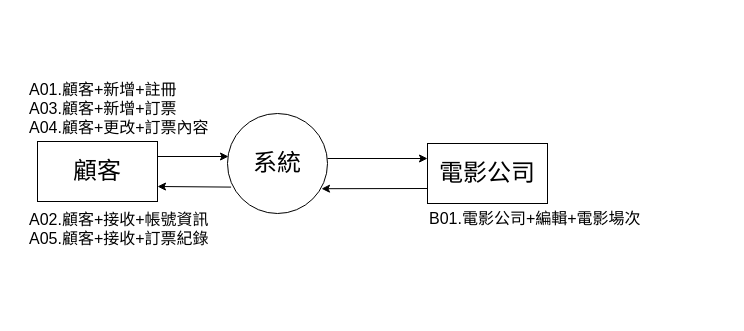
Above: 環境圖/Context Diagram.drawio in TYChicode/deepbowl (draw.io), before the change. Source tidied: cells renumbered, new cells numbered last; positions are measured from the earlier drawing's top-left corner, leaving out a move shared by most shapes. Both pictures are drawn from the tidied source at 100%, with x=0, y=0 at pixel (27, 73).
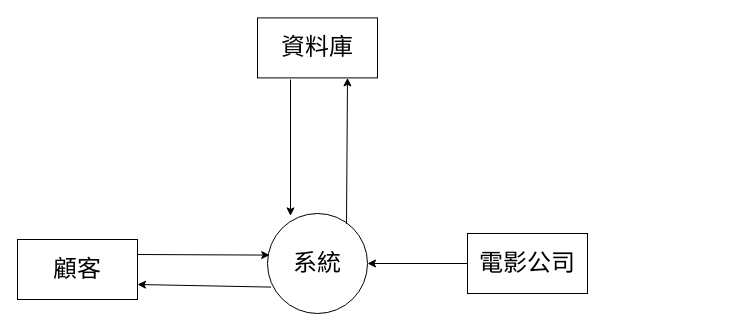
Above is the later version.

The edit, as a diff of the source:
```diff
@@
 <mxGraphModel>
   <root>
     <mxCell id="0" />
     <mxCell id="1" parent="0" />
     <mxCell id="2" value="&lt;font style=&quot;font-size: 24px&quot;&gt;顧客&lt;/font&gt;" style="rounded=0;whiteSpace=wrap;html=1;" parent="1" vertex="1">
-      <mxGeometry x="10" y="68" width="120" height="60" as="geometry" />
+      <mxGeometry x="-10" y="166" width="120" height="60" as="geometry" />
     </mxCell>
     <mxCell id="3" value="&lt;font style=&quot;font-size: 24px&quot;&gt;系統&lt;/font&gt;" style="ellipse;whiteSpace=wrap;html=1;" parent="1" vertex="1">
-      <mxGeometry x="200" y="40" width="100" height="100" as="geometry" />
+      <mxGeometry x="240" y="140" width="100" height="100" as="geometry" />
     </mxCell>
     <mxCell id="4" value="&lt;span style=&quot;font-size: 24px&quot;&gt;電影公司&lt;/span&gt;" style="rounded=0;whiteSpace=wrap;html=1;" parent="1" vertex="1">
-      <mxGeometry x="400" y="70" width="120" height="60" as="geometry" />
+      <mxGeometry x="440" y="160" width="120" height="60" as="geometry" />
     </mxCell>
-    <mxCell id="5" value="A01.顧客+新增+註冊&lt;br&gt;A03.顧客+新增+訂票&lt;br&gt;A04.顧客+更改+訂票內容" style="text;html=1;strokeColor=none;fillColor=none;align=left;verticalAlign=top;whiteSpace=wrap;rounded=0;fontSize=16;horizontal=1;" parent="1" vertex="1">
-      <mxGeometry width="210" height="90" as="geometry" />
-    </mxCell>
-    <mxCell id="6" value="A02.顧客+接收+帳號資訊&lt;br&gt;A05.顧客+接收+訂票紀錄" style="text;html=1;strokeColor=none;fillColor=none;align=left;verticalAlign=top;whiteSpace=wrap;rounded=0;fontSize=16;horizontal=1;" parent="1" vertex="1">
-      <mxGeometry y="130" width="210" height="90" as="geometry" />
-    </mxCell>
-    <mxCell id="7" style="endArrow=classic;html=1;fontSize=16;exitX=1;exitY=0.25;exitDx=0;exitDy=0;" parent="1" edge="1" source="2">
-      <mxGeometry relative="1" as="geometry">
-        <mxPoint x="201" y="83" as="targetPoint" />
-      </mxGeometry>
+    <mxCell id="7" style="endArrow=classic;html=1;fontSize=16;exitX=1;exitY=0.25;exitDx=0;exitDy=0;entryX=0.022;entryY=0.416;entryDx=0;entryDy=0;entryPerimeter=0;" parent="1" edge="1" source="2" target="3">
+      <mxGeometry relative="1" as="geometry" />
     </mxCell>
     <mxCell id="8" style="endArrow=classic;html=1;fontSize=16;exitX=0.036;exitY=0.736;exitDx=0;exitDy=0;exitPerimeter=0;entryX=1;entryY=0.75;entryDx=0;entryDy=0;" parent="1" edge="1" source="3" target="2">
       <mxGeometry relative="1" as="geometry" />
     </mxCell>
-    <mxCell id="9" value="B01.電影公司+編輯+電影場次" style="text;html=1;strokeColor=none;fillColor=none;align=left;verticalAlign=top;whiteSpace=wrap;rounded=0;fontSize=16;horizontal=1;" parent="1" vertex="1">
-      <mxGeometry x="400" y="129" width="300" height="90" as="geometry" />
-    </mxCell>
-    <mxCell id="10" style="endArrow=classic;html=1;fontSize=16;exitX=0;exitY=0.75;exitDx=0;exitDy=0;entryX=0.94;entryY=0.752;entryDx=0;entryDy=0;entryPerimeter=0;" parent="1" edge="1" source="4" target="3">
+    <mxCell id="10" style="endArrow=classic;html=1;fontSize=16;" parent="1" edge="1" source="4" target="3">
       <mxGeometry relative="1" as="geometry" />
     </mxCell>
-    <mxCell id="11" style="endArrow=classic;html=1;fontSize=16;entryX=0;entryY=0.25;entryDx=0;entryDy=0;" parent="1" edge="1" target="4">
-      <mxGeometry relative="1" as="geometry">
-        <mxPoint x="300" y="85" as="sourcePoint" />
-      </mxGeometry>
-    </mxCell>
+    <mxCell id="12" value="&lt;font style=&quot;font-size: 24px&quot;&gt;資料庫&lt;br&gt;&lt;/font&gt;" style="rounded=0;whiteSpace=wrap;html=1;" parent="1" vertex="1">
+      <mxGeometry x="230" y="-55.6" width="120" height="60" as="geometry" />
+    </mxCell>
+    <mxCell id="13" style="endArrow=classic;html=1;fontSize=16;entryX=0.75;entryY=1;entryDx=0;entryDy=0;exitX=0.79;exitY=0.104;exitDx=0;exitDy=0;exitPerimeter=0;" parent="1" edge="1" source="3" target="12">
+      <mxGeometry relative="1" as="geometry" />
+    </mxCell>
+    <mxCell id="14" style="endArrow=classic;html=1;fontSize=16;entryX=0.23;entryY=0.024;entryDx=0;entryDy=0;entryPerimeter=0;" parent="1" edge="1" target="3">
+      <mxGeometry relative="1" as="geometry">
+        <mxPoint x="263" y="6" as="sourcePoint" />
+      </mxGeometry>
+    </mxCell>
   </root>
 </mxGraphModel>
```
